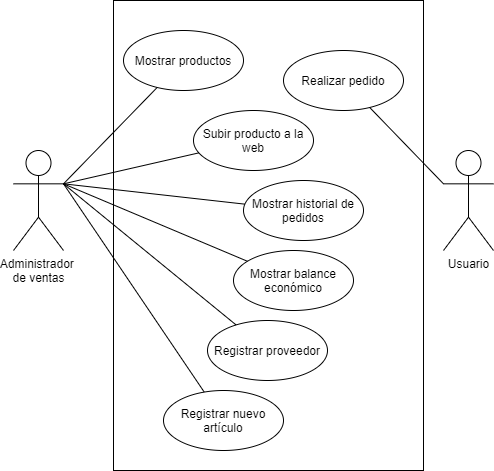
Earlier version of the draw.io export Remus/doc/images/CU2.png (Jesusjbs/clinicaDental-ir). Source tidied: cells renumbered, new cells last; positions are measured from the earlier drawing's top-left corner, leaving out a move shared by most shapes. Source of this version:
```xml
<mxGraphModel>
  <root>
    <mxCell id="0" />
    <mxCell id="1" parent="0" />
    <mxCell id="2" value="Administrador &lt;br&gt;de ventas" style="shape=umlActor;verticalLabelPosition=bottom;verticalAlign=top;html=1;outlineConnect=0;shadow=0;sketch=0;fillColor=none;gradientColor=none;" parent="1" vertex="1">
      <mxGeometry y="150" width="50" height="100" as="geometry" />
    </mxCell>
    <mxCell id="3" value="Realizar pedido" style="ellipse;whiteSpace=wrap;html=1;shadow=0;sketch=0;fillColor=none;gradientColor=none;" parent="1" vertex="1">
      <mxGeometry x="270" y="50" width="120" height="60" as="geometry" />
    </mxCell>
    <mxCell id="4" style="edgeStyle=none;rounded=0;jettySize=auto;html=1;entryX=1;entryY=0.3333333333333333;entryDx=0;entryDy=0;entryPerimeter=0;startArrow=none;startFill=0;endArrow=none;endFill=0;" parent="1" edge="1" source="5" target="2">
      <mxGeometry relative="1" as="geometry" />
    </mxCell>
    <mxCell id="5" value="Mostrar productos" style="ellipse;whiteSpace=wrap;html=1;shadow=0;sketch=0;fillColor=none;gradientColor=none;" parent="1" vertex="1">
      <mxGeometry x="110" y="30" width="120" height="60" as="geometry" />
    </mxCell>
    <mxCell id="6" style="edgeStyle=none;rounded=0;jettySize=auto;html=1;entryX=1;entryY=0.3333333333333333;entryDx=0;entryDy=0;entryPerimeter=0;startArrow=none;startFill=0;endArrow=none;endFill=0;" parent="1" edge="1" source="7" target="2">
      <mxGeometry relative="1" as="geometry" />
    </mxCell>
    <mxCell id="7" value="Subir producto a la web" style="ellipse;whiteSpace=wrap;html=1;shadow=0;sketch=0;fillColor=none;gradientColor=none;" parent="1" vertex="1">
      <mxGeometry x="180" y="110" width="120" height="60" as="geometry" />
    </mxCell>
    <mxCell id="8" value="Usuario" style="shape=umlActor;verticalLabelPosition=bottom;verticalAlign=top;html=1;outlineConnect=0;shadow=0;sketch=0;fillColor=none;gradientColor=none;" parent="1" vertex="1">
      <mxGeometry x="430" y="150" width="50" height="100" as="geometry" />
    </mxCell>
    <mxCell id="9" style="rounded=0;jettySize=auto;html=1;startArrow=none;startFill=0;endArrow=none;endFill=0;exitX=0;exitY=0.3333333333333333;exitDx=0;exitDy=0;exitPerimeter=0;" parent="1" edge="1" source="8" target="3">
      <mxGeometry relative="1" as="geometry" />
    </mxCell>
    <mxCell id="10" style="edgeStyle=none;rounded=0;jettySize=auto;html=1;entryX=1;entryY=0.3333333333333333;entryDx=0;entryDy=0;entryPerimeter=0;startArrow=none;startFill=0;endArrow=none;endFill=0;" parent="1" edge="1" source="11" target="2">
      <mxGeometry relative="1" as="geometry" />
    </mxCell>
    <mxCell id="11" value="Mostrar historial de pedidos" style="ellipse;whiteSpace=wrap;html=1;shadow=0;sketch=0;fillColor=none;gradientColor=none;" parent="1" vertex="1">
      <mxGeometry x="230" y="180" width="120" height="60" as="geometry" />
    </mxCell>
    <mxCell id="12" style="edgeStyle=none;rounded=0;jettySize=auto;html=1;entryX=1;entryY=0.3333333333333333;entryDx=0;entryDy=0;entryPerimeter=0;startArrow=none;startFill=0;endArrow=none;endFill=0;" parent="1" edge="1" source="13" target="2">
      <mxGeometry relative="1" as="geometry" />
    </mxCell>
    <mxCell id="13" value="Mostrar balance económico" style="ellipse;whiteSpace=wrap;html=1;shadow=0;sketch=0;fillColor=none;gradientColor=none;" parent="1" vertex="1">
      <mxGeometry x="220" y="250" width="120" height="60" as="geometry" />
    </mxCell>
    <mxCell id="14" style="edgeStyle=none;rounded=0;jettySize=auto;html=1;entryX=1;entryY=0.3333333333333333;entryDx=0;entryDy=0;entryPerimeter=0;startArrow=none;startFill=0;endArrow=none;endFill=0;" parent="1" edge="1" source="15" target="2">
      <mxGeometry relative="1" as="geometry" />
    </mxCell>
    <mxCell id="15" value="Registrar proveedor" style="ellipse;whiteSpace=wrap;html=1;shadow=0;sketch=0;fillColor=none;gradientColor=none;" parent="1" vertex="1">
      <mxGeometry x="194" y="320" width="120" height="60" as="geometry" />
    </mxCell>
    <mxCell id="16" style="edgeStyle=none;rounded=0;jettySize=auto;html=1;entryX=1;entryY=0.3333333333333333;entryDx=0;entryDy=0;entryPerimeter=0;startArrow=none;startFill=0;endArrow=none;endFill=0;" parent="1" edge="1" source="17" target="2">
      <mxGeometry relative="1" as="geometry" />
    </mxCell>
    <mxCell id="17" value="Registrar nuevo artículo" style="ellipse;whiteSpace=wrap;html=1;shadow=0;sketch=0;fillColor=none;gradientColor=none;" parent="1" vertex="1">
      <mxGeometry x="150" y="390" width="120" height="60" as="geometry" />
    </mxCell>
    <mxCell id="18" style="rounded=0;whiteSpace=wrap;html=1;shadow=0;sketch=0;fillColor=none;gradientColor=none;" parent="1" vertex="1">
      <mxGeometry x="100" width="310" height="470" as="geometry" />
    </mxCell>
  </root>
</mxGraphModel>
```
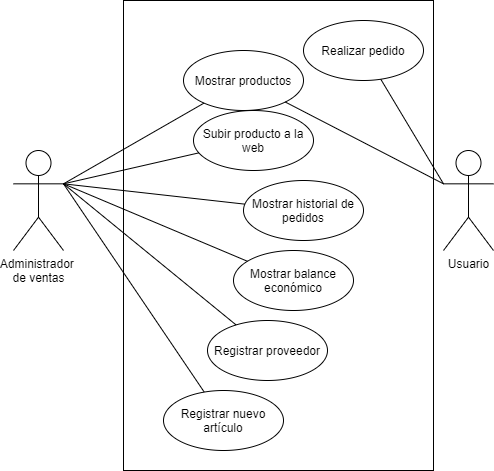
Above is the later version.

Commit message:
Añadidos más casos de uso y corrección en el UML

Change to the diagram source:
```diff
@@ -6,13 +6,13 @@
       <mxGeometry y="150" width="50" height="100" as="geometry" />
     </mxCell>
     <mxCell id="3" value="Realizar pedido" style="ellipse;whiteSpace=wrap;html=1;shadow=0;sketch=0;fillColor=none;gradientColor=none;" parent="1" vertex="1">
-      <mxGeometry x="270" y="50" width="120" height="60" as="geometry" />
+      <mxGeometry x="290" y="20" width="120" height="60" as="geometry" />
     </mxCell>
     <mxCell id="4" style="edgeStyle=none;rounded=0;jettySize=auto;html=1;entryX=1;entryY=0.3333333333333333;entryDx=0;entryDy=0;entryPerimeter=0;startArrow=none;startFill=0;endArrow=none;endFill=0;" parent="1" edge="1" source="5" target="2">
       <mxGeometry relative="1" as="geometry" />
     </mxCell>
     <mxCell id="5" value="Mostrar productos" style="ellipse;whiteSpace=wrap;html=1;shadow=0;sketch=0;fillColor=none;gradientColor=none;" parent="1" vertex="1">
-      <mxGeometry x="110" y="30" width="120" height="60" as="geometry" />
+      <mxGeometry x="170" y="50" width="120" height="60" as="geometry" />
     </mxCell>
     <mxCell id="6" style="edgeStyle=none;rounded=0;jettySize=auto;html=1;entryX=1;entryY=0.3333333333333333;entryDx=0;entryDy=0;entryPerimeter=0;startArrow=none;startFill=0;endArrow=none;endFill=0;" parent="1" edge="1" source="7" target="2">
       <mxGeometry relative="1" as="geometry" />
@@ -51,7 +51,10 @@
       <mxGeometry x="150" y="390" width="120" height="60" as="geometry" />
     </mxCell>
     <mxCell id="18" style="rounded=0;whiteSpace=wrap;html=1;shadow=0;sketch=0;fillColor=none;gradientColor=none;" parent="1" vertex="1">
-      <mxGeometry x="100" width="310" height="470" as="geometry" />
+      <mxGeometry x="110" width="310" height="470" as="geometry" />
     </mxCell>
+    <mxCell id="19" style="rounded=0;jettySize=auto;html=1;startArrow=none;startFill=0;endArrow=none;endFill=0;exitX=0;exitY=0.3333333333333333;exitDx=0;exitDy=0;exitPerimeter=0;" parent="1" edge="1" source="8" target="5">
+      <mxGeometry relative="1" as="geometry" />
+    </mxCell>
   </root>
 </mxGraphModel>
```
